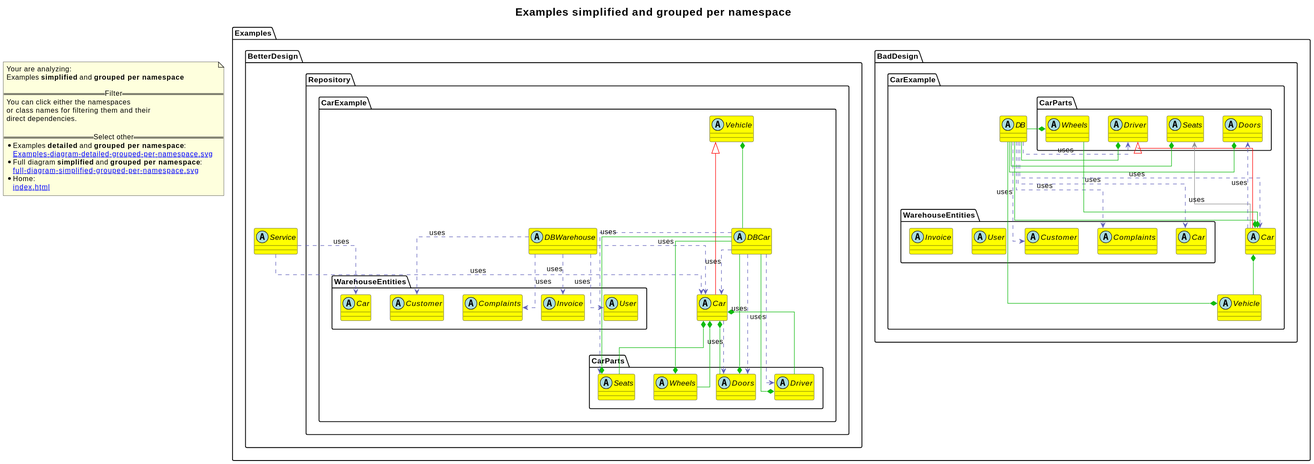
Earlier version of the PlantUML export revenger-csharp-adapter.out/Examples-diagram-simplified-grouped-per-namespace.svg (2BlackCoffees/revenger). The source it was exported from:
```plantuml
@startuml
skinparam linetype ortho
title <size:20>Examples **simplified** and **grouped per namespace**</size>
note "Your are analyzing:\nExamples **simplified** and **grouped per namespace**\n\n==Filter==\nYou can click either the namespaces \nor class names for filtering them and their\ndirect dependencies.\n\n==Select other==\n* Examples **detailed** and **grouped per namespace**:\n   [[Examples-diagram-detailed-grouped-per-namespace.svg]]\n* Full diagram **simplified** and **grouped per namespace**:\n   [[full-diagram-simplified-grouped-per-namespace.svg]]\n* Home:\n   [[index.html]]" as FloatingNote
namespace Examples [[Examples-diagram-simplified-grouped-per-namespace.svg]] {
namespace Examples.BadDesign [[Examples.BadDesign-diagram-simplified-grouped-per-namespace.svg]] {
namespace Examples.BadDesign.CarExample [[Examples.BadDesign.CarExample-diagram-simplified-grouped-per-namespace.svg]] {
    abstract class Examples.BadDesign.CarExample.DB [[Examples.BadDesign.CarExample.DB-diagram-simplified-grouped-per-namespace.svg]] #yellow {
    }
    abstract class Examples.BadDesign.CarExample.Car [[Examples.BadDesign.CarExample.Car-diagram-simplified-grouped-per-namespace.svg]] #yellow {
    }
    abstract class Examples.BadDesign.CarExample.Vehicle [[Examples.BadDesign.CarExample.Vehicle-diagram-simplified-grouped-per-namespace.svg]] #yellow {
    }
}
}
}
namespace Examples [[Examples-diagram-simplified-grouped-per-namespace.svg]] {
namespace Examples.BadDesign [[Examples.BadDesign-diagram-simplified-grouped-per-namespace.svg]] {
namespace Examples.BadDesign.CarExample [[Examples.BadDesign.CarExample-diagram-simplified-grouped-per-namespace.svg]] {
namespace Examples.BadDesign.CarExample.CarParts [[Examples.BadDesign.CarExample.CarParts-diagram-simplified-grouped-per-namespace.svg]] {
      abstract class Examples.BadDesign.CarExample.CarParts.Driver [[Examples.BadDesign.CarExample.CarParts.Driver-diagram-simplified-grouped-per-namespace.svg]] #yellow {
      }
      abstract class Examples.BadDesign.CarExample.CarParts.Wheels [[Examples.BadDesign.CarExample.CarParts.Wheels-diagram-simplified-grouped-per-namespace.svg]] #yellow {
      }
      abstract class Examples.BadDesign.CarExample.CarParts.Doors [[Examples.BadDesign.CarExample.CarParts.Doors-diagram-simplified-grouped-per-namespace.svg]] #yellow {
      }
      abstract class Examples.BadDesign.CarExample.CarParts.Seats [[Examples.BadDesign.CarExample.CarParts.Seats-diagram-simplified-grouped-per-namespace.svg]] #yellow {
      }
}
}
}
}
namespace Examples [[Examples-diagram-simplified-grouped-per-namespace.svg]] {
namespace Examples.BadDesign [[Examples.BadDesign-diagram-simplified-grouped-per-namespace.svg]] {
namespace Examples.BadDesign.CarExample [[Examples.BadDesign.CarExample-diagram-simplified-grouped-per-namespace.svg]] {
namespace Examples.BadDesign.CarExample.WarehouseEntities [[Examples.BadDesign.CarExample.WarehouseEntities-diagram-simplified-grouped-per-namespace.svg]] {
      abstract class Examples.BadDesign.CarExample.WarehouseEntities.Car [[Examples.BadDesign.CarExample.WarehouseEntities.Car-diagram-simplified-grouped-per-namespace.svg]] #yellow {
      }
      abstract class Examples.BadDesign.CarExample.WarehouseEntities.Complaints [[Examples.BadDesign.CarExample.WarehouseEntities.Complaints-diagram-simplified-grouped-per-namespace.svg]] #yellow {
      }
      abstract class Examples.BadDesign.CarExample.WarehouseEntities.Customer [[Examples.BadDesign.CarExample.WarehouseEntities.Customer-diagram-simplified-grouped-per-namespace.svg]] #yellow {
      }
      abstract class Examples.BadDesign.CarExample.WarehouseEntities.User [[Examples.BadDesign.CarExample.WarehouseEntities.User-diagram-simplified-grouped-per-namespace.svg]] #yellow {
      }
      abstract class Examples.BadDesign.CarExample.WarehouseEntities.Invoice [[Examples.BadDesign.CarExample.WarehouseEntities.Invoice-diagram-simplified-grouped-per-namespace.svg]] #yellow {
      }
}
}
}
}
namespace Examples [[Examples-diagram-simplified-grouped-per-namespace.svg]] {
namespace Examples.BetterDesign [[Examples.BetterDesign-diagram-simplified-grouped-per-namespace.svg]] {
  abstract class Examples.BetterDesign.Service [[Examples.BetterDesign.Service-diagram-simplified-grouped-per-namespace.svg]] #yellow {
  }
}
}
namespace Examples [[Examples-diagram-simplified-grouped-per-namespace.svg]] {
namespace Examples.BetterDesign [[Examples.BetterDesign-diagram-simplified-grouped-per-namespace.svg]] {
namespace Examples.BetterDesign.Repository [[Examples.BetterDesign.Repository-diagram-simplified-grouped-per-namespace.svg]] {
namespace Examples.BetterDesign.Repository.CarExample [[Examples.BetterDesign.Repository.CarExample-diagram-simplified-grouped-per-namespace.svg]] {
      abstract class Examples.BetterDesign.Repository.CarExample.Car [[Examples.BetterDesign.Repository.CarExample.Car-diagram-simplified-grouped-per-namespace.svg]] #yellow {
      }
      abstract class Examples.BetterDesign.Repository.CarExample.DBCar [[Examples.BetterDesign.Repository.CarExample.DBCar-diagram-simplified-grouped-per-namespace.svg]] #yellow {
      }
      abstract class Examples.BetterDesign.Repository.CarExample.DBWarehouse [[Examples.BetterDesign.Repository.CarExample.DBWarehouse-diagram-simplified-grouped-per-namespace.svg]] #yellow {
      }
      abstract class Examples.BetterDesign.Repository.CarExample.Vehicle [[Examples.BetterDesign.Repository.CarExample.Vehicle-diagram-simplified-grouped-per-namespace.svg]] #yellow {
      }
}
}
}
}
namespace Examples [[Examples-diagram-simplified-grouped-per-namespace.svg]] {
namespace Examples.BetterDesign [[Examples.BetterDesign-diagram-simplified-grouped-per-namespace.svg]] {
namespace Examples.BetterDesign.Repository [[Examples.BetterDesign.Repository-diagram-simplified-grouped-per-namespace.svg]] {
namespace Examples.BetterDesign.Repository.CarExample [[Examples.BetterDesign.Repository.CarExample-diagram-simplified-grouped-per-namespace.svg]] {
namespace Examples.BetterDesign.Repository.CarExample.CarParts [[Examples.BetterDesign.Repository.CarExample.CarParts-diagram-simplified-grouped-per-namespace.svg]] {
        abstract class Examples.BetterDesign.Repository.CarExample.CarParts.Driver [[Examples.BetterDesign.Repository.CarExample.CarParts.Driver-diagram-simplified-grouped-per-namespace.svg]] #yellow {
        }
        abstract class Examples.BetterDesign.Repository.CarExample.CarParts.Seats [[Examples.BetterDesign.Repository.CarExample.CarParts.Seats-diagram-simplified-grouped-per-namespace.svg]] #yellow {
        }
        abstract class Examples.BetterDesign.Repository.CarExample.CarParts.Doors [[Examples.BetterDesign.Repository.CarExample.CarParts.Doors-diagram-simplified-grouped-per-namespace.svg]] #yellow {
        }
        abstract class Examples.BetterDesign.Repository.CarExample.CarParts.Wheels [[Examples.BetterDesign.Repository.CarExample.CarParts.Wheels-diagram-simplified-grouped-per-namespace.svg]] #yellow {
        }
}
}
}
}
}
namespace Examples [[Examples-diagram-simplified-grouped-per-namespace.svg]] {
namespace Examples.BetterDesign [[Examples.BetterDesign-diagram-simplified-grouped-per-namespace.svg]] {
namespace Examples.BetterDesign.Repository [[Examples.BetterDesign.Repository-diagram-simplified-grouped-per-namespace.svg]] {
namespace Examples.BetterDesign.Repository.CarExample [[Examples.BetterDesign.Repository.CarExample-diagram-simplified-grouped-per-namespace.svg]] {
namespace Examples.BetterDesign.Repository.CarExample.WarehouseEntities [[Examples.BetterDesign.Repository.CarExample.WarehouseEntities-diagram-simplified-grouped-per-namespace.svg]] {
        abstract class Examples.BetterDesign.Repository.CarExample.WarehouseEntities.Car [[Examples.BetterDesign.Repository.CarExample.WarehouseEntities.Car-diagram-simplified-grouped-per-namespace.svg]] #yellow {
        }
        abstract class Examples.BetterDesign.Repository.CarExample.WarehouseEntities.Invoice [[Examples.BetterDesign.Repository.CarExample.WarehouseEntities.Invoice-diagram-simplified-grouped-per-namespace.svg]] #yellow {
        }
        abstract class Examples.BetterDesign.Repository.CarExample.WarehouseEntities.Complaints [[Examples.BetterDesign.Repository.CarExample.WarehouseEntities.Complaints-diagram-simplified-grouped-per-namespace.svg]] #yellow {
        }
        abstract class Examples.BetterDesign.Repository.CarExample.WarehouseEntities.Customer [[Examples.BetterDesign.Repository.CarExample.WarehouseEntities.Customer-diagram-simplified-grouped-per-namespace.svg]] #yellow {
        }
        abstract class Examples.BetterDesign.Repository.CarExample.WarehouseEntities.User [[Examples.BetterDesign.Repository.CarExample.WarehouseEntities.User-diagram-simplified-grouped-per-namespace.svg]] #yellow {
        }
}
}
}
}
}
Examples.BadDesign.CarExample.DB .[#6060BB].> Examples.BadDesign.CarExample.WarehouseEntities.Car  : uses
Examples.BadDesign.CarExample.DB .[#6060BB].> Examples.BadDesign.CarExample.WarehouseEntities.Complaints  : uses
Examples.BadDesign.CarExample.DB .[#6060BB].> Examples.BadDesign.CarExample.WarehouseEntities.Customer  : uses
Examples.BadDesign.CarExample.DB .[#6060BB].> Examples.BadDesign.CarExample.CarParts.Driver  : uses
Examples.BadDesign.CarExample.DB .[#6060BB].> Examples.BadDesign.CarExample.Car  : uses
Examples.BadDesign.CarExample.CarParts.Driver <|-[#red]- Examples.BadDesign.CarExample.Car
Examples.BadDesign.CarExample.Car *-[#10BB10]- Examples.BadDesign.CarExample.CarParts.Wheels
Examples.BadDesign.CarExample.Car *-[#10BB10]- Examples.BadDesign.CarExample.Vehicle
Examples.BadDesign.CarExample.Car *-[#10BB10]- Examples.BadDesign.CarExample.DB
Examples.BadDesign.CarExample.Car .[#6060BB].> Examples.BadDesign.CarExample.CarParts.Doors  : uses
Examples.BadDesign.CarExample.Car -[#909090]-> Examples.BadDesign.CarExample.CarParts.Seats  : uses
Examples.BadDesign.CarExample.Vehicle *-[#10BB10]- Examples.BadDesign.CarExample.DB
Examples.BadDesign.CarExample.CarParts.Driver *-[#10BB10]- Examples.BadDesign.CarExample.DB
Examples.BadDesign.CarExample.CarParts.Wheels *-[#10BB10]- Examples.BadDesign.CarExample.DB
Examples.BadDesign.CarExample.CarParts.Doors *-[#10BB10]- Examples.BadDesign.CarExample.DB
Examples.BadDesign.CarExample.CarParts.Seats *-[#10BB10]- Examples.BadDesign.CarExample.DB
Examples.BetterDesign.Service .[#6060BB].> Examples.BetterDesign.Repository.CarExample.Car  : uses
Examples.BetterDesign.Service .[#6060BB].> Examples.BetterDesign.Repository.CarExample.WarehouseEntities.Car  : uses
Examples.BetterDesign.Repository.CarExample.Vehicle <|-[#red]- Examples.BetterDesign.Repository.CarExample.Car
Examples.BetterDesign.Repository.CarExample.Car *-[#10BB10]- Examples.BetterDesign.Repository.CarExample.CarParts.Wheels
Examples.BetterDesign.Repository.CarExample.Car *-[#10BB10]- Examples.BetterDesign.Repository.CarExample.CarParts.Seats
Examples.BetterDesign.Repository.CarExample.Car *-[#10BB10]- Examples.BetterDesign.Repository.CarExample.CarParts.Driver
Examples.BetterDesign.Repository.CarExample.Car *-[#10BB10]- Examples.BetterDesign.Repository.CarExample.CarParts.Doors
Examples.BetterDesign.Repository.CarExample.Car .[#6060BB].> Examples.BetterDesign.Repository.CarExample.CarParts.Doors  : uses
Examples.BetterDesign.Repository.CarExample.DBCar .[#6060BB].> Examples.BetterDesign.Repository.CarExample.CarParts.Driver  : uses
Examples.BetterDesign.Repository.CarExample.DBCar .[#6060BB].> Examples.BetterDesign.Repository.CarExample.Car  : uses
Examples.BetterDesign.Repository.CarExample.DBCar .[#6060BB].> Examples.BetterDesign.Repository.CarExample.CarParts.Seats  : uses
Examples.BetterDesign.Repository.CarExample.DBCar .[#6060BB].> Examples.BetterDesign.Repository.CarExample.CarParts.Doors  : uses
Examples.BetterDesign.Repository.CarExample.DBWarehouse .[#6060BB].> Examples.BetterDesign.Repository.CarExample.WarehouseEntities.Invoice  : uses
Examples.BetterDesign.Repository.CarExample.DBWarehouse .[#6060BB].> Examples.BetterDesign.Repository.CarExample.WarehouseEntities.Complaints  : uses
Examples.BetterDesign.Repository.CarExample.DBWarehouse .[#6060BB].> Examples.BetterDesign.Repository.CarExample.WarehouseEntities.Customer  : uses
Examples.BetterDesign.Repository.CarExample.DBWarehouse .[#6060BB].> Examples.BetterDesign.Repository.CarExample.Car  : uses
Examples.BetterDesign.Repository.CarExample.DBWarehouse .[#6060BB].> Examples.BetterDesign.Repository.CarExample.WarehouseEntities.User  : uses
Examples.BetterDesign.Repository.CarExample.Vehicle *-[#10BB10]- Examples.BetterDesign.Repository.CarExample.DBCar
Examples.BetterDesign.Repository.CarExample.CarParts.Driver *-[#10BB10]- Examples.BetterDesign.Repository.CarExample.DBCar
Examples.BetterDesign.Repository.CarExample.CarParts.Seats *-[#10BB10]- Examples.BetterDesign.Repository.CarExample.DBCar
Examples.BetterDesign.Repository.CarExample.CarParts.Doors *-[#10BB10]- Examples.BetterDesign.Repository.CarExample.DBCar
Examples.BetterDesign.Repository.CarExample.CarParts.Wheels *-[#10BB10]- Examples.BetterDesign.Repository.CarExample.DBCar
@enduml
```
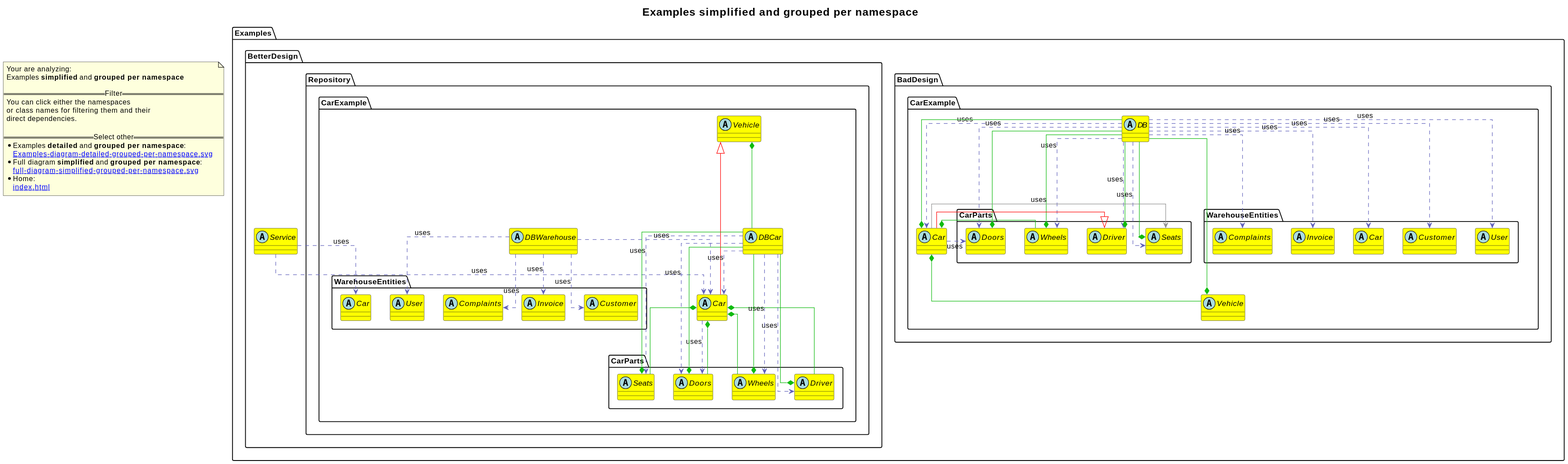
The same diagram one commit later.

Diff of the diagram source:
```diff
@@ -34,15 +34,15 @@
 namespace Examples.BadDesign [[Examples.BadDesign-diagram-simplified-grouped-per-namespace.svg]] {
 namespace Examples.BadDesign.CarExample [[Examples.BadDesign.CarExample-diagram-simplified-grouped-per-namespace.svg]] {
 namespace Examples.BadDesign.CarExample.WarehouseEntities [[Examples.BadDesign.CarExample.WarehouseEntities-diagram-simplified-grouped-per-namespace.svg]] {
-      abstract class Examples.BadDesign.CarExample.WarehouseEntities.Car [[Examples.BadDesign.CarExample.WarehouseEntities.Car-diagram-simplified-grouped-per-namespace.svg]] #yellow {
-      }
-      abstract class Examples.BadDesign.CarExample.WarehouseEntities.Complaints [[Examples.BadDesign.CarExample.WarehouseEntities.Complaints-diagram-simplified-grouped-per-namespace.svg]] #yellow {
+      abstract class Examples.BadDesign.CarExample.WarehouseEntities.User [[Examples.BadDesign.CarExample.WarehouseEntities.User-diagram-simplified-grouped-per-namespace.svg]] #yellow {
       }
       abstract class Examples.BadDesign.CarExample.WarehouseEntities.Customer [[Examples.BadDesign.CarExample.WarehouseEntities.Customer-diagram-simplified-grouped-per-namespace.svg]] #yellow {
       }
-      abstract class Examples.BadDesign.CarExample.WarehouseEntities.User [[Examples.BadDesign.CarExample.WarehouseEntities.User-diagram-simplified-grouped-per-namespace.svg]] #yellow {
+      abstract class Examples.BadDesign.CarExample.WarehouseEntities.Car [[Examples.BadDesign.CarExample.WarehouseEntities.Car-diagram-simplified-grouped-per-namespace.svg]] #yellow {
       }
       abstract class Examples.BadDesign.CarExample.WarehouseEntities.Invoice [[Examples.BadDesign.CarExample.WarehouseEntities.Invoice-diagram-simplified-grouped-per-namespace.svg]] #yellow {
+      }
+      abstract class Examples.BadDesign.CarExample.WarehouseEntities.Complaints [[Examples.BadDesign.CarExample.WarehouseEntities.Complaints-diagram-simplified-grouped-per-namespace.svg]] #yellow {
       }
 }
 }
@@ -95,11 +95,11 @@
 namespace Examples.BetterDesign.Repository.CarExample.WarehouseEntities [[Examples.BetterDesign.Repository.CarExample.WarehouseEntities-diagram-simplified-grouped-per-namespace.svg]] {
         abstract class Examples.BetterDesign.Repository.CarExample.WarehouseEntities.Car [[Examples.BetterDesign.Repository.CarExample.WarehouseEntities.Car-diagram-simplified-grouped-per-namespace.svg]] #yellow {
         }
+        abstract class Examples.BetterDesign.Repository.CarExample.WarehouseEntities.Customer [[Examples.BetterDesign.Repository.CarExample.WarehouseEntities.Customer-diagram-simplified-grouped-per-namespace.svg]] #yellow {
+        }
         abstract class Examples.BetterDesign.Repository.CarExample.WarehouseEntities.Invoice [[Examples.BetterDesign.Repository.CarExample.WarehouseEntities.Invoice-diagram-simplified-grouped-per-namespace.svg]] #yellow {
         }
         abstract class Examples.BetterDesign.Repository.CarExample.WarehouseEntities.Complaints [[Examples.BetterDesign.Repository.CarExample.WarehouseEntities.Complaints-diagram-simplified-grouped-per-namespace.svg]] #yellow {
-        }
-        abstract class Examples.BetterDesign.Repository.CarExample.WarehouseEntities.Customer [[Examples.BetterDesign.Repository.CarExample.WarehouseEntities.Customer-diagram-simplified-grouped-per-namespace.svg]] #yellow {
         }
         abstract class Examples.BetterDesign.Repository.CarExample.WarehouseEntities.User [[Examples.BetterDesign.Repository.CarExample.WarehouseEntities.User-diagram-simplified-grouped-per-namespace.svg]] #yellow {
         }
@@ -108,11 +108,16 @@
 }
 }
 }
+Examples.BadDesign.CarExample.DB .[#6060BB].> Examples.BadDesign.CarExample.WarehouseEntities.User  : uses
+Examples.BadDesign.CarExample.DB .[#6060BB].> Examples.BadDesign.CarExample.WarehouseEntities.Customer  : uses
 Examples.BadDesign.CarExample.DB .[#6060BB].> Examples.BadDesign.CarExample.WarehouseEntities.Car  : uses
+Examples.BadDesign.CarExample.DB .[#6060BB].> Examples.BadDesign.CarExample.WarehouseEntities.Invoice  : uses
 Examples.BadDesign.CarExample.DB .[#6060BB].> Examples.BadDesign.CarExample.WarehouseEntities.Complaints  : uses
-Examples.BadDesign.CarExample.DB .[#6060BB].> Examples.BadDesign.CarExample.WarehouseEntities.Customer  : uses
+Examples.BadDesign.CarExample.DB .[#6060BB].> Examples.BadDesign.CarExample.Car  : uses
 Examples.BadDesign.CarExample.DB .[#6060BB].> Examples.BadDesign.CarExample.CarParts.Driver  : uses
-Examples.BadDesign.CarExample.DB .[#6060BB].> Examples.BadDesign.CarExample.Car  : uses
+Examples.BadDesign.CarExample.DB .[#6060BB].> Examples.BadDesign.CarExample.CarParts.Wheels  : uses
+Examples.BadDesign.CarExample.DB .[#6060BB].> Examples.BadDesign.CarExample.CarParts.Doors  : uses
+Examples.BadDesign.CarExample.DB .[#6060BB].> Examples.BadDesign.CarExample.CarParts.Seats  : uses
 Examples.BadDesign.CarExample.CarParts.Driver <|-[#red]- Examples.BadDesign.CarExample.Car
 Examples.BadDesign.CarExample.Car *-[#10BB10]- Examples.BadDesign.CarExample.CarParts.Wheels
 Examples.BadDesign.CarExample.Car *-[#10BB10]- Examples.BadDesign.CarExample.Vehicle
@@ -124,8 +129,8 @@
 Examples.BadDesign.CarExample.CarParts.Wheels *-[#10BB10]- Examples.BadDesign.CarExample.DB
 Examples.BadDesign.CarExample.CarParts.Doors *-[#10BB10]- Examples.BadDesign.CarExample.DB
 Examples.BadDesign.CarExample.CarParts.Seats *-[#10BB10]- Examples.BadDesign.CarExample.DB
+Examples.BetterDesign.Service .[#6060BB].> Examples.BetterDesign.Repository.CarExample.WarehouseEntities.Car  : uses
 Examples.BetterDesign.Service .[#6060BB].> Examples.BetterDesign.Repository.CarExample.Car  : uses
-Examples.BetterDesign.Service .[#6060BB].> Examples.BetterDesign.Repository.CarExample.WarehouseEntities.Car  : uses
 Examples.BetterDesign.Repository.CarExample.Vehicle <|-[#red]- Examples.BetterDesign.Repository.CarExample.Car
 Examples.BetterDesign.Repository.CarExample.Car *-[#10BB10]- Examples.BetterDesign.Repository.CarExample.CarParts.Wheels
 Examples.BetterDesign.Repository.CarExample.Car *-[#10BB10]- Examples.BetterDesign.Repository.CarExample.CarParts.Seats
@@ -136,10 +141,11 @@
 Examples.BetterDesign.Repository.CarExample.DBCar .[#6060BB].> Examples.BetterDesign.Repository.CarExample.Car  : uses
 Examples.BetterDesign.Repository.CarExample.DBCar .[#6060BB].> Examples.BetterDesign.Repository.CarExample.CarParts.Seats  : uses
 Examples.BetterDesign.Repository.CarExample.DBCar .[#6060BB].> Examples.BetterDesign.Repository.CarExample.CarParts.Doors  : uses
+Examples.BetterDesign.Repository.CarExample.DBCar .[#6060BB].> Examples.BetterDesign.Repository.CarExample.CarParts.Wheels  : uses
+Examples.BetterDesign.Repository.CarExample.DBWarehouse .[#6060BB].> Examples.BetterDesign.Repository.CarExample.WarehouseEntities.Customer  : uses
 Examples.BetterDesign.Repository.CarExample.DBWarehouse .[#6060BB].> Examples.BetterDesign.Repository.CarExample.WarehouseEntities.Invoice  : uses
+Examples.BetterDesign.Repository.CarExample.DBWarehouse .[#6060BB].> Examples.BetterDesign.Repository.CarExample.Car  : uses
 Examples.BetterDesign.Repository.CarExample.DBWarehouse .[#6060BB].> Examples.BetterDesign.Repository.CarExample.WarehouseEntities.Complaints  : uses
-Examples.BetterDesign.Repository.CarExample.DBWarehouse .[#6060BB].> Examples.BetterDesign.Repository.CarExample.WarehouseEntities.Customer  : uses
-Examples.BetterDesign.Repository.CarExample.DBWarehouse .[#6060BB].> Examples.BetterDesign.Repository.CarExample.Car  : uses
 Examples.BetterDesign.Repository.CarExample.DBWarehouse .[#6060BB].> Examples.BetterDesign.Repository.CarExample.WarehouseEntities.User  : uses
 Examples.BetterDesign.Repository.CarExample.Vehicle *-[#10BB10]- Examples.BetterDesign.Repository.CarExample.DBCar
 Examples.BetterDesign.Repository.CarExample.CarParts.Driver *-[#10BB10]- Examples.BetterDesign.Repository.CarExample.DBCar
```
